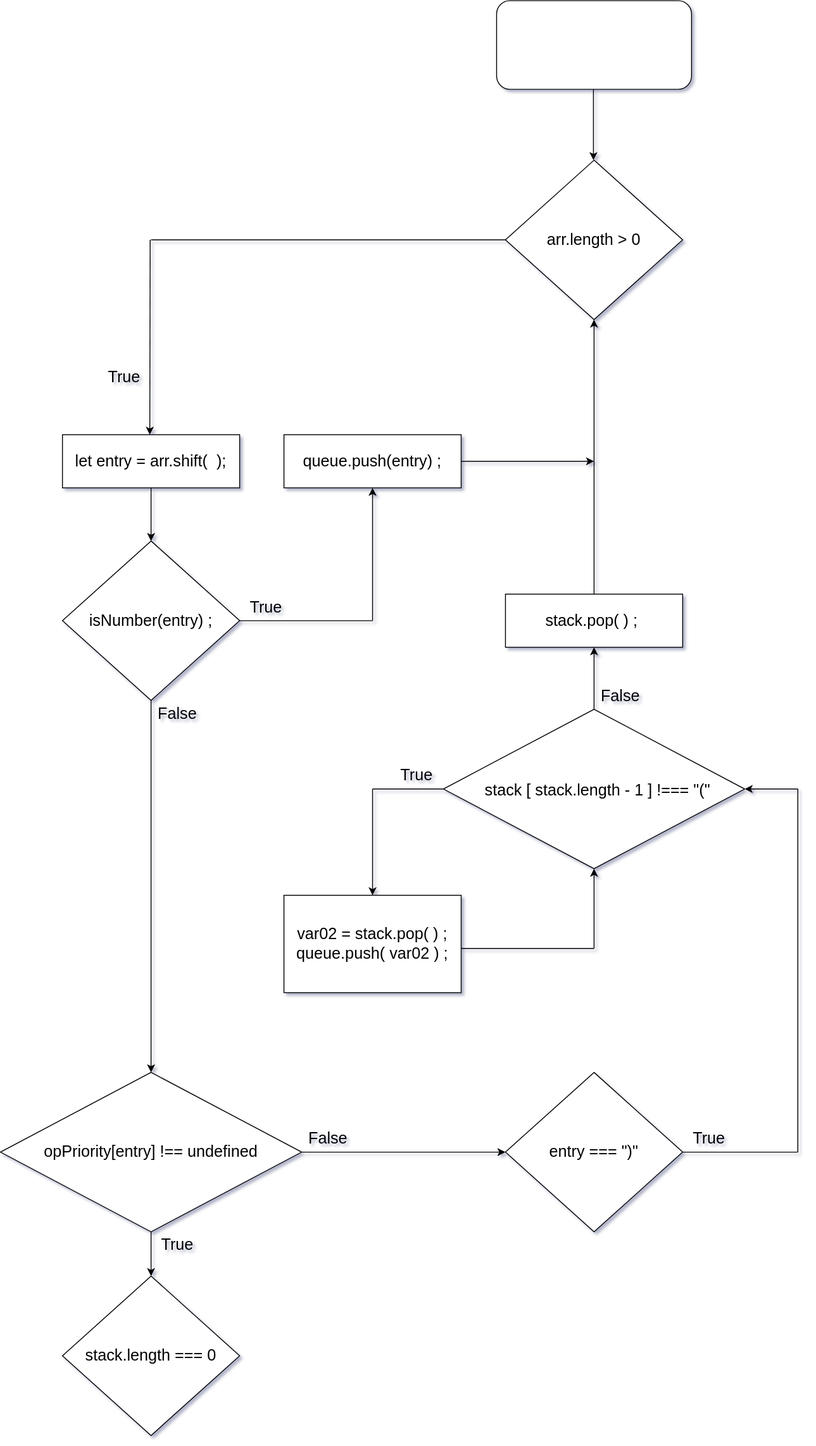
Earlier version of the draw.io export Untitled Diagram.drawio.svg (jcgm3205/jcgm3205). Source tidied: cells renumbered, new cells last; positions are measured from the earlier drawing's top-left corner, leaving out a move shared by most shapes.
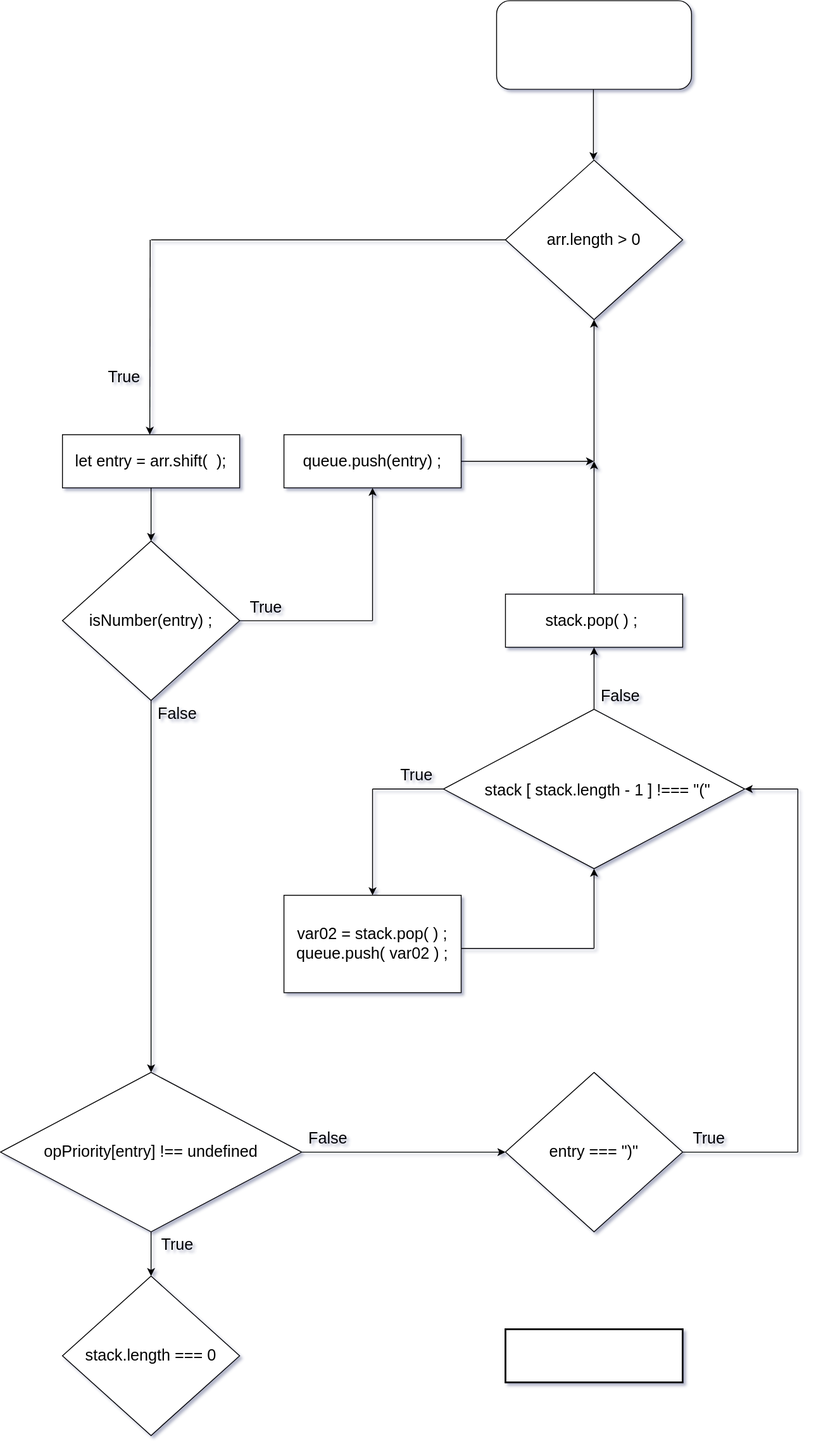
Later version of the same file.

The edit, as a diff of the source:
```diff
@@ -100,8 +100,10 @@
     <mxCell id="28" style="rounded=0;whiteSpace=wrap;html=1;fontSize=18;" parent="1" vertex="1">
       <mxGeometry x="320" y="490" width="200" height="60" as="geometry" />
     </mxCell>
-    <mxCell id="29" style="endArrow=classic;html=1;rounded=0;fontSize=18;entryX=0.5;entryY=1;entryDx=0;entryDy=0;exitX=0.5;exitY=0;exitDx=0;exitDy=0;" parent="1" edge="1" source="26" target="4">
-      <mxGeometry relative="1" as="geometry" />
+    <mxCell id="29" style="endArrow=classic;html=1;rounded=0;fontSize=18;entryX=0.5;entryY=1;entryDx=0;entryDy=0;" parent="1" edge="1" target="4">
+      <mxGeometry relative="1" as="geometry">
+        <mxPoint x="670" y="520" as="sourcePoint" />
+      </mxGeometry>
     </mxCell>
     <mxCell id="30" style="endArrow=classic;html=1;rounded=0;fontSize=18;" parent="1" edge="1">
       <mxGeometry relative="1" as="geometry">
@@ -190,5 +192,13 @@
     <mxCell id="49" value="stack.length === 0" style="text;html=1;strokeColor=none;fillColor=none;align=center;verticalAlign=middle;whiteSpace=wrap;rounded=0;fontSize=18;" parent="1" vertex="1">
       <mxGeometry x="90" y="1480" width="160" height="100" as="geometry" />
     </mxCell>
+    <mxCell id="50" style="rounded=0;whiteSpace=wrap;html=1;fontSize=18;strokeWidth=2;" parent="1" vertex="1">
+      <mxGeometry x="570" y="1500" width="200" height="60" as="geometry" />
+    </mxCell>
+    <mxCell id="51" style="endArrow=classic;html=1;rounded=0;fontSize=18;exitX=0.5;exitY=0;exitDx=0;exitDy=0;" parent="1" edge="1" source="26">
+      <mxGeometry relative="1" as="geometry">
+        <mxPoint x="670" y="520" as="targetPoint" />
+      </mxGeometry>
+    </mxCell>
   </root>
 </mxGraphModel>
```
